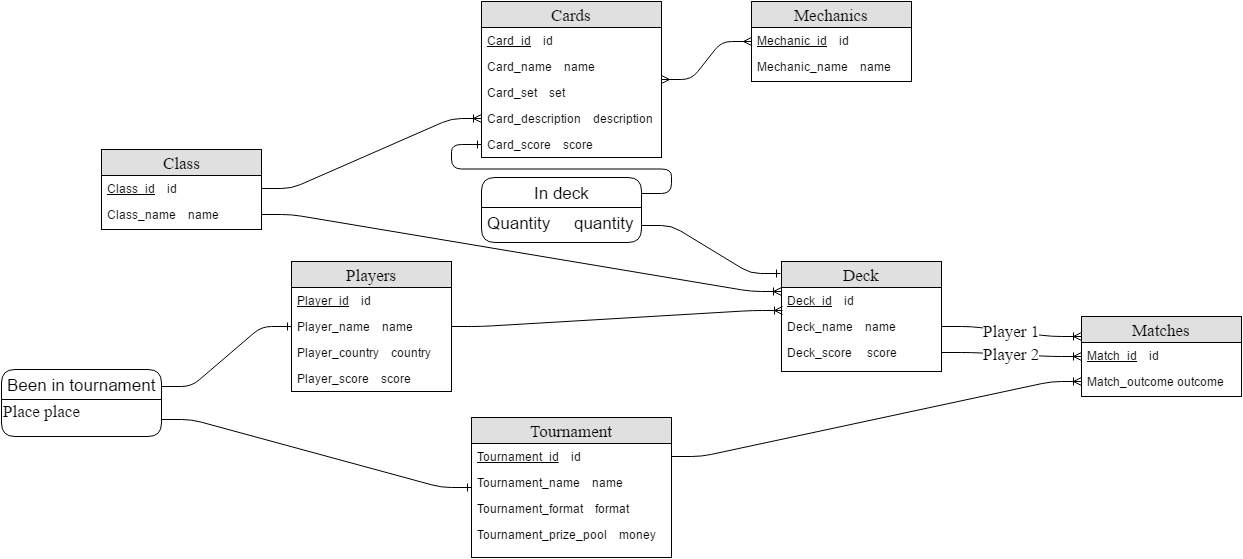
Before: ERM.png, a diagram exported from draw.io (21011996/HearthStoneDB). Source tidied: cells renumbered, new cells last; positions are measured from the earlier drawing's top-left corner, leaving out a move shared by most shapes.
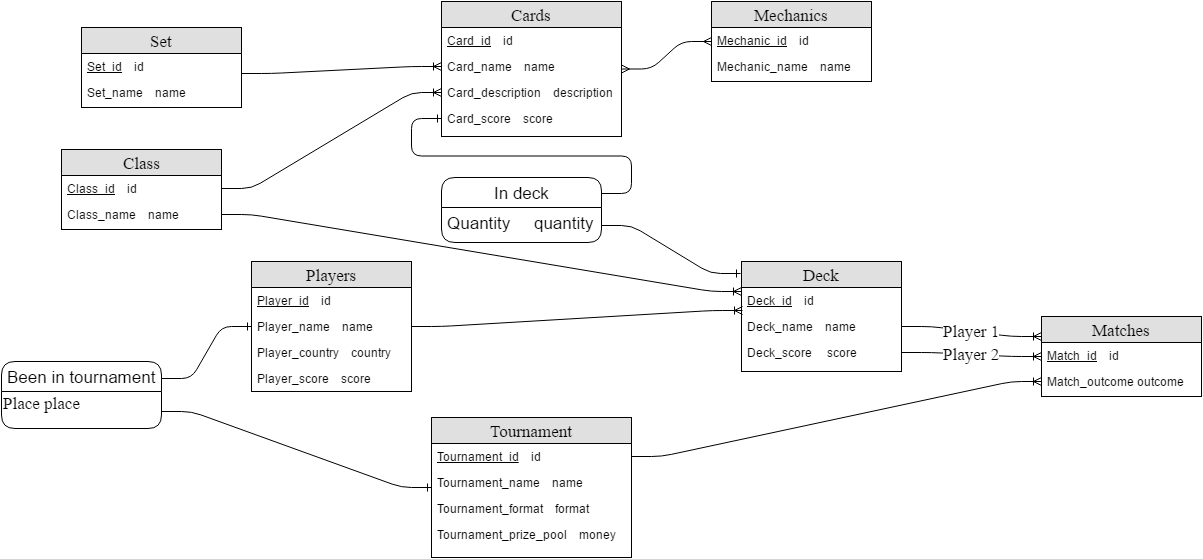
The same file after the commit.

Diff of the diagram source:
```diff
@@ -3,7 +3,7 @@
     <mxCell id="0" />
     <mxCell id="1" parent="0" />
     <mxCell id="2" value="Cards" style="swimlane;html=1;fontStyle=0;horizontal=1;startSize=26;fillColor=#e0e0e0;swimlaneFillColor=#ffffff;align=center;fontFamily=Times New Roman;fontSize=17;" parent="1" vertex="1">
-      <mxGeometry x="480" width="180" height="156" as="geometry" />
+      <mxGeometry x="480" width="180" height="135" as="geometry" />
     </mxCell>
     <mxCell id="3" value="&lt;u&gt;Card_id&lt;/u&gt; &amp;nbsp; &amp;nbsp;id" style="text;html=1;strokeColor=none;fillColor=none;spacingLeft=4;spacingRight=4;whiteSpace=wrap;overflow=hidden;" parent="2" vertex="1">
       <mxGeometry y="26" width="180" height="26" as="geometry" />
@@ -11,14 +11,11 @@
     <mxCell id="4" value="Card_name &amp;nbsp; &amp;nbsp;name" style="text;html=1;strokeColor=none;fillColor=none;spacingLeft=4;spacingRight=4;whiteSpace=wrap;overflow=hidden;points=[[0,0.5],[1,0.5]];portConstraint=eastwest;" parent="2" vertex="1">
       <mxGeometry y="52" width="180" height="26" as="geometry" />
     </mxCell>
-    <mxCell id="5" value="Card_set &amp;nbsp; &amp;nbsp;set" style="text;html=1;strokeColor=none;fillColor=none;spacingLeft=4;spacingRight=4;whiteSpace=wrap;overflow=hidden;" parent="2" vertex="1">
-      <mxGeometry y="78" width="180" height="26" as="geometry" />
-    </mxCell>
     <mxCell id="6" value="Card_description &amp;nbsp; &amp;nbsp;description" style="text;html=1;strokeColor=none;fillColor=none;spacingLeft=4;spacingRight=4;whiteSpace=wrap;overflow=hidden;points=[[0,0.5],[1,0.5]];portConstraint=eastwest;" parent="2" vertex="1">
-      <mxGeometry y="104" width="180" height="26" as="geometry" />
+      <mxGeometry y="78" width="180" height="26" as="geometry" />
     </mxCell>
     <mxCell id="7" value="Card_score &amp;nbsp; &amp;nbsp;score" style="text;html=1;strokeColor=none;fillColor=none;spacingLeft=4;spacingRight=4;whiteSpace=wrap;overflow=hidden;points=[[0,0.5],[1,0.5]];portConstraint=eastwest;" parent="2" vertex="1">
-      <mxGeometry y="130" width="180" height="26" as="geometry" />
+      <mxGeometry y="104" width="180" height="26" as="geometry" />
     </mxCell>
     <mxCell id="8" value="Mechanics" style="swimlane;html=1;fontStyle=0;horizontal=1;startSize=26;fillColor=#e0e0e0;swimlaneFillColor=#ffffff;align=center;fontFamily=Times New Roman;fontSize=17;" parent="1" vertex="1">
       <mxGeometry x="750" width="160" height="80" as="geometry" />
@@ -120,7 +117,7 @@
       <mxGeometry x="230" y="415" as="geometry" />
     </mxCell>
     <mxCell id="41" value="&lt;font color=&quot;#000000&quot;&gt;Been in tournament&lt;/font&gt;" style="swimlane;html=1;horizontal=1;startSize=30;fillColor=none;fontColor=#FFFFFF;rounded=1;fontSize=17;fontStyle=0;strokeWidth=1;shadow=0;dashed=0;align=center;" parent="1" vertex="1">
-      <mxGeometry y="368" width="160" height="67" as="geometry" />
+      <mxGeometry x="40" y="360" width="160" height="67" as="geometry" />
     </mxCell>
     <mxCell id="42" value="Place place" style="text;html=1;align=left;verticalAlign=top;spacingTop=-4;fontSize=17;fontFamily=Times New Roman;" parent="41" vertex="1">
       <mxGeometry y="30" width="160" height="37" as="geometry" />
@@ -134,5 +131,17 @@
     <mxCell id="45" value="Player 2" style="edgeStyle=entityRelationEdgeStyle;html=1;endArrow=ERoneToMany;fontFamily=Times New Roman;fontSize=17;exitX=1;exitY=0.5;" parent="1" edge="1" source="18" target="35">
       <mxGeometry x="200" y="285" as="geometry" />
     </mxCell>
+    <mxCell id="46" value="Set" style="swimlane;html=1;fontStyle=0;horizontal=1;startSize=26;fillColor=#e0e0e0;swimlaneFillColor=#ffffff;align=center;fontFamily=Times New Roman;fontSize=17;" parent="1" vertex="1">
+      <mxGeometry x="120" y="26" width="160" height="80" as="geometry" />
+    </mxCell>
+    <mxCell id="47" value="&lt;u&gt;Set_id&lt;/u&gt; &amp;nbsp; &amp;nbsp;id" style="text;html=1;strokeColor=none;fillColor=none;spacingLeft=4;spacingRight=4;whiteSpace=wrap;overflow=hidden;points=[[0,0.5],[1,0.5]];portConstraint=eastwest;" parent="46" vertex="1">
+      <mxGeometry y="26" width="160" height="26" as="geometry" />
+    </mxCell>
+    <mxCell id="48" value="Set_name &amp;nbsp; &amp;nbsp;name" style="text;html=1;strokeColor=none;fillColor=none;spacingLeft=4;spacingRight=4;whiteSpace=wrap;overflow=hidden;" parent="46" vertex="1">
+      <mxGeometry y="52" width="160" height="26" as="geometry" />
+    </mxCell>
+    <mxCell id="49" style="edgeStyle=entityRelationEdgeStyle;html=1;endArrow=ERoneToMany;fontFamily=Times New Roman;fontSize=17;exitX=1;exitY=0.769;exitPerimeter=0;entryX=0;entryY=0.5;" parent="1" edge="1" source="47" target="4">
+      <mxGeometry x="230" y="102" as="geometry" />
+    </mxCell>
   </root>
 </mxGraphModel>
```
